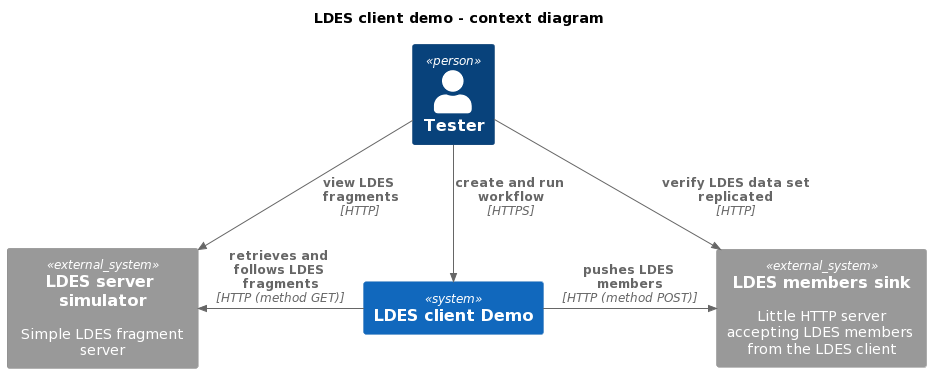
Before: e2e-test/support/context/simulator-workflow-sink/artwork/demo-ldes-client.context.png, a diagram exported from PlantUML (Informatievlaanderen/VSDS-LDES-E2E-testing).
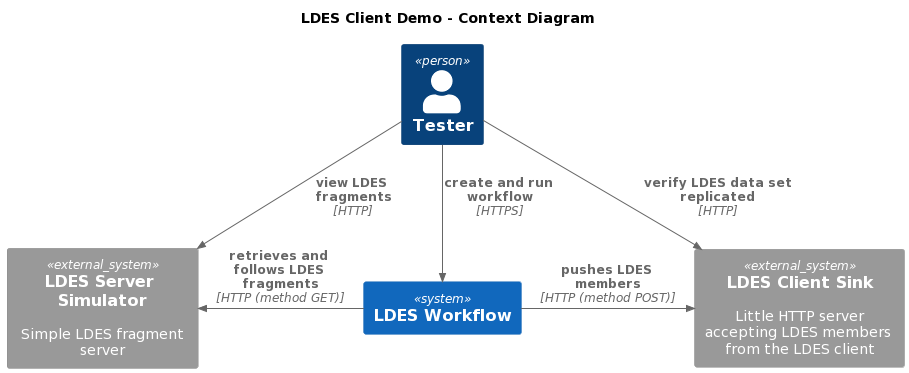
The same diagram one commit later.

Diff of the diagram source:
```diff
@@ -1,13 +1,13 @@
 @startuml
 !include https://raw.githubusercontent.com/plantuml-stdlib/C4-PlantUML/master/C4_Context.puml
 
-title LDES client demo - context diagram
+title LDES Client Demo - Context Diagram
 
 Person(tester, "Tester")
 
-System(client, "LDES client Demo")
-System_Ext(simulator, "LDES server simulator", "Simple LDES fragment server")
-System_Ext(sink, "LDES members sink", "Little HTTP server accepting LDES members from the LDES client")
+System(client, "LDES Workflow")
+System_Ext(simulator, "LDES Server Simulator", "Simple LDES fragment server")
+System_Ext(sink, "LDES Client Sink", "Little HTTP server accepting LDES members from the LDES client")
 
 Rel_L(client, simulator, "retrieves and follows LDES fragments", "HTTP (method GET)")
 Rel_R(client, sink, "pushes LDES members", "HTTP (method POST)")
```
